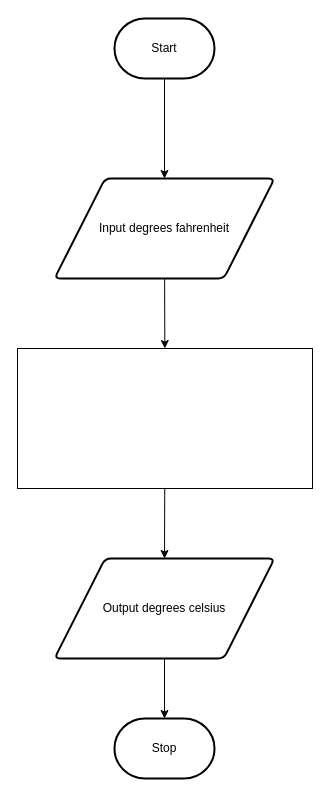
Above: design/flowchart.drawio in MTHS-ICS2O-2-2022/ICS2O-Unit-3-04-Lucas-Osmond (draw.io), before the change. Source tidied: cells renumbered, new cells numbered last; positions are measured from the earlier drawing's top-left corner, leaving out a move shared by most shapes. Both pictures are drawn from the tidied source at 100%, with x=0, y=0 at pixel (17, 18).
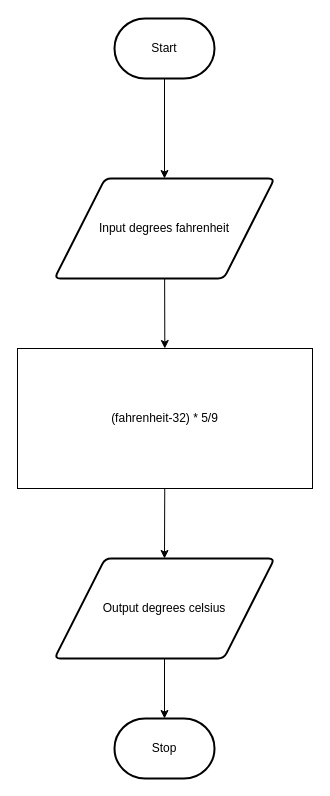
Above is the later version.

The edit, as a diff of the source:
```diff
@@
 <mxGraphModel>
   <root>
     <mxCell id="0" />
     <mxCell id="1" parent="0" />
     <mxCell id="2" style="edgeStyle=orthogonalEdgeStyle;html=1;rounded=0;entryX=0.5;entryY=0;entryDx=0;entryDy=0;" parent="1" edge="1" source="3" target="6">
       <mxGeometry relative="1" as="geometry" />
     </mxCell>
     <mxCell id="3" value="Start" style="strokeWidth=2;html=1;shape=mxgraph.flowchart.terminator;whiteSpace=wrap;" parent="1" vertex="1">
       <mxGeometry x="97" width="100" height="60" as="geometry" />
     </mxCell>
     <mxCell id="4" value="Stop" style="strokeWidth=2;html=1;shape=mxgraph.flowchart.terminator;whiteSpace=wrap;" parent="1" vertex="1">
       <mxGeometry x="97" y="700" width="100" height="60" as="geometry" />
     </mxCell>
     <mxCell id="5" style="edgeStyle=none;html=1;" parent="1" edge="1" source="6" target="8">
       <mxGeometry relative="1" as="geometry" />
     </mxCell>
     <mxCell id="6" value="Input degrees fahrenheit" style="shape=parallelogram;html=1;strokeWidth=2;perimeter=parallelogramPerimeter;whiteSpace=wrap;rounded=1;arcSize=12;size=0.23;" parent="1" vertex="1">
       <mxGeometry x="37" y="160" width="220" height="100" as="geometry" />
     </mxCell>
     <mxCell id="7" style="edgeStyle=none;html=1;entryX=0.5;entryY=0;entryDx=0;entryDy=0;" parent="1" edge="1" source="8" target="10">
       <mxGeometry relative="1" as="geometry" />
     </mxCell>
-    <mxCell id="8" style="rounded=0;whiteSpace=wrap;html=1;" parent="1" vertex="1">
+    <mxCell id="8" value="(fahrenheit-32) * 5/9" style="rounded=0;whiteSpace=wrap;html=1;" parent="1" vertex="1">
       <mxGeometry y="330" width="295" height="140" as="geometry" />
     </mxCell>
     <mxCell id="9" style="edgeStyle=none;html=1;exitX=0.5;exitY=1;exitDx=0;exitDy=0;entryX=0.5;entryY=0;entryDx=0;entryDy=0;entryPerimeter=0;" parent="1" edge="1" source="10" target="4">
       <mxGeometry relative="1" as="geometry" />
     </mxCell>
     <mxCell id="10" value="Output degrees celsius" style="shape=parallelogram;html=1;strokeWidth=2;perimeter=parallelogramPerimeter;whiteSpace=wrap;rounded=1;arcSize=12;size=0.23;" parent="1" vertex="1">
       <mxGeometry x="37" y="540" width="220" height="100" as="geometry" />
     </mxCell>
   </root>
 </mxGraphModel>
```
